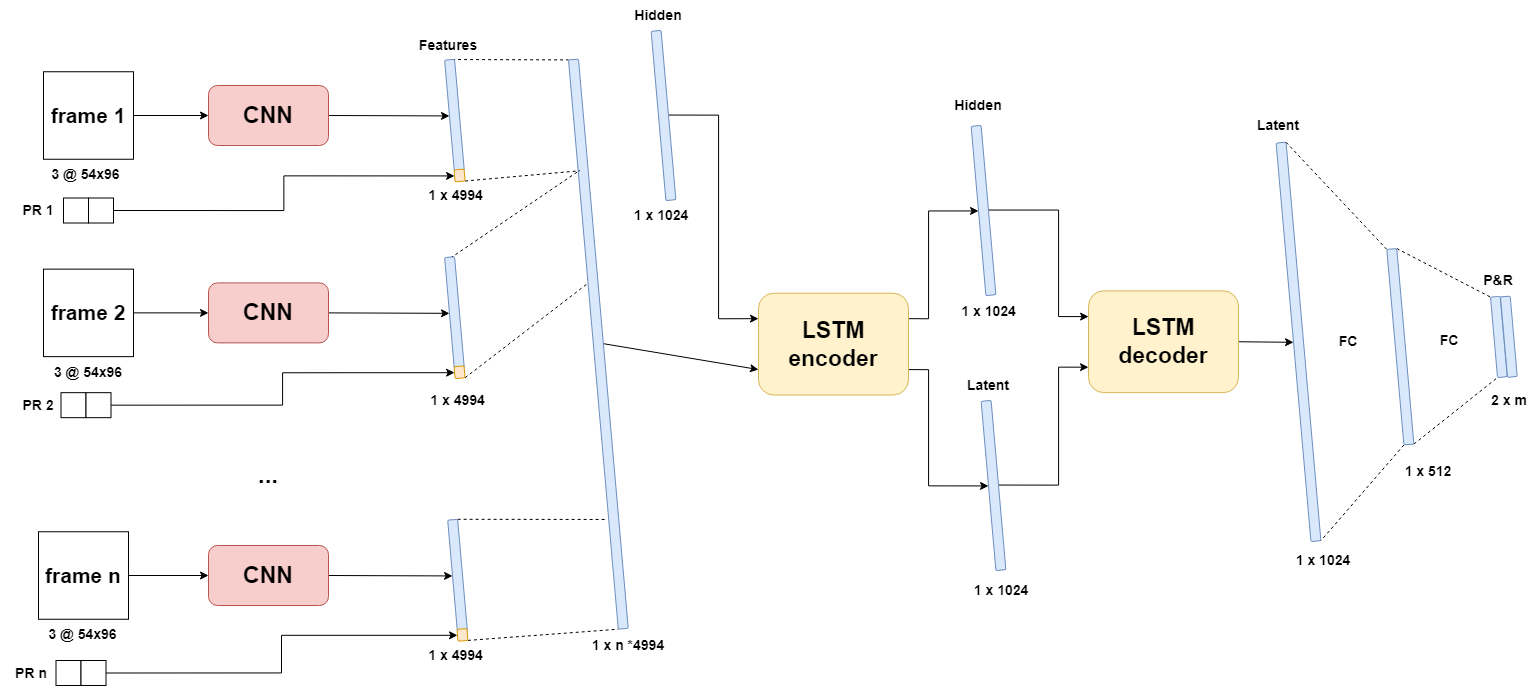
Above: docs/Images/architectures/CNN_LSTM_img-PR.drawio.png in lancedw/3D-state-prediction-for-surface-vessels-using-IMU-data-and-images (draw.io), before the change. Source tidied: cells renumbered, new cells last; positions are measured from the earlier drawing's top-left corner, leaving out a move shared by most shapes.
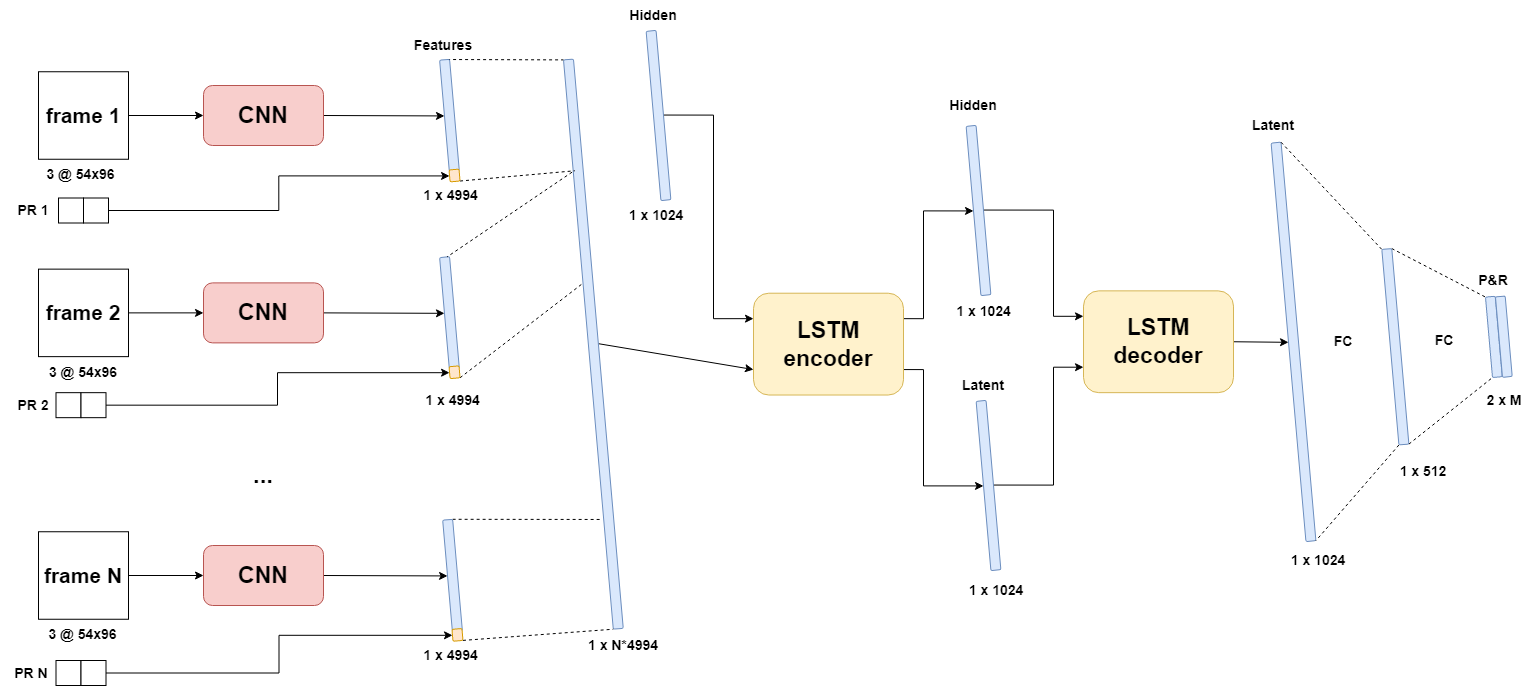
The same file after the commit.

The edit, as a diff of the source:
```diff
@@ -47,13 +47,13 @@
     <mxCell id="16" value="&lt;span style=&quot;font-size: 14px;&quot;&gt;&lt;font style=&quot;font-size: 14px;&quot;&gt;P&amp;amp;R&lt;/font&gt;&lt;/span&gt;" style="text;html=1;strokeColor=none;fillColor=none;align=center;verticalAlign=middle;whiteSpace=wrap;rounded=0;fontStyle=1;fontSize=14;" parent="1" vertex="1">
       <mxGeometry x="1468.4" y="265" width="60" height="30" as="geometry" />
     </mxCell>
-    <mxCell id="17" value="&lt;span style=&quot;font-size: 14px;&quot;&gt;&lt;font style=&quot;font-size: 14px;&quot;&gt;2 x m&lt;/font&gt;&lt;/span&gt;" style="text;html=1;strokeColor=none;fillColor=none;align=center;verticalAlign=middle;whiteSpace=wrap;rounded=0;fontStyle=1;fontSize=14;" parent="1" vertex="1">
+    <mxCell id="17" value="&lt;span style=&quot;font-size: 14px;&quot;&gt;&lt;font style=&quot;font-size: 14px;&quot;&gt;2 x M&lt;/font&gt;&lt;/span&gt;" style="text;html=1;strokeColor=none;fillColor=none;align=center;verticalAlign=middle;whiteSpace=wrap;rounded=0;fontStyle=1;fontSize=14;" parent="1" vertex="1">
       <mxGeometry x="1478.7" y="385" width="60" height="30" as="geometry" />
     </mxCell>
     <mxCell id="18" value="Features" style="text;html=1;strokeColor=none;fillColor=none;align=center;verticalAlign=middle;whiteSpace=wrap;rounded=0;fontStyle=1;fontSize=14;" parent="1" vertex="1">
       <mxGeometry x="418" y="30" width="60" height="30" as="geometry" />
     </mxCell>
-    <mxCell id="19" value="&lt;font style=&quot;font-size: 14px;&quot;&gt;1 x n *4994&lt;/font&gt;" style="text;html=1;strokeColor=none;fillColor=none;align=center;verticalAlign=middle;whiteSpace=wrap;rounded=0;fontStyle=1;fontSize=14;" parent="1" vertex="1">
+    <mxCell id="19" value="&lt;font style=&quot;font-size: 14px;&quot;&gt;1 x N*4994&lt;/font&gt;" style="text;html=1;strokeColor=none;fillColor=none;align=center;verticalAlign=middle;whiteSpace=wrap;rounded=0;fontStyle=1;fontSize=14;" parent="1" vertex="1">
       <mxGeometry x="588" y="630" width="80" height="30" as="geometry" />
     </mxCell>
     <mxCell id="20" style="edgeStyle=none;shape=connector;rounded=0;jettySize=auto;html=1;exitX=1;exitY=0.5;exitDx=0;exitDy=0;entryX=0.5;entryY=1;entryDx=0;entryDy=0;labelBackgroundColor=default;fontFamily=Helvetica;fontSize=14;fontColor=default;endArrow=classic;endFill=1;strokeColor=default;fontStyle=1;" parent="1" edge="1" source="21" target="29">
@@ -170,8 +170,8 @@
     <mxCell id="50" style="edgeStyle=orthogonalEdgeStyle;shape=connector;rounded=0;jettySize=auto;html=1;exitX=1;exitY=0.5;exitDx=0;exitDy=0;entryX=0;entryY=0.5;entryDx=0;entryDy=0;labelBackgroundColor=default;fontFamily=Helvetica;fontSize=14;fontColor=default;endArrow=classic;endFill=1;strokeColor=default;fontStyle=1;" parent="1" edge="1" source="51" target="25">
       <mxGeometry relative="1" as="geometry" />
     </mxCell>
-    <mxCell id="51" value="frame n" style="rounded=0;whiteSpace=wrap;html=1;fontFamily=Helvetica;fontSize=21;fontColor=default;fontStyle=1;" parent="1" vertex="1">
-      <mxGeometry x="38" y="531.2" width="90" height="87.5" as="geometry" />
+    <mxCell id="51" value="frame N" style="rounded=0;whiteSpace=wrap;html=1;fontFamily=Helvetica;fontSize=21;fontColor=default;fontStyle=1;" parent="1" vertex="1">
+      <mxGeometry x="43" y="531.2" width="90" height="87.5" as="geometry" />
     </mxCell>
     <mxCell id="52" style="edgeStyle=orthogonalEdgeStyle;shape=connector;rounded=0;jettySize=auto;html=1;exitX=0.5;exitY=0;exitDx=0;exitDy=0;entryX=0;entryY=0.75;entryDx=0;entryDy=0;labelBackgroundColor=default;fontFamily=Helvetica;fontSize=14;fontColor=default;endArrow=classic;endFill=1;strokeColor=default;fontStyle=1;" parent="1" edge="1" source="53" target="41">
       <mxGeometry relative="1" as="geometry">
@@ -188,7 +188,7 @@
       <mxGeometry x="43" y="158.8" width="85" height="31.2" as="geometry" />
     </mxCell>
     <mxCell id="55" value="&lt;font style=&quot;font-size: 14px;&quot;&gt;3 @ 54x96&lt;/font&gt;" style="text;html=1;strokeColor=none;fillColor=none;align=center;verticalAlign=middle;whiteSpace=wrap;rounded=0;fontStyle=1;fontSize=14;" parent="1" vertex="1">
-      <mxGeometry x="35.5" y="618.8" width="92.5" height="31.2" as="geometry" />
+      <mxGeometry x="40.5" y="618.8" width="92.5" height="31.2" as="geometry" />
     </mxCell>
     <mxCell id="56" value="&lt;font style=&quot;font-size: 14px;&quot;&gt;3 @ 54x96&lt;/font&gt;" style="text;html=1;strokeColor=none;fillColor=none;align=center;verticalAlign=middle;whiteSpace=wrap;rounded=0;fontStyle=1;fontSize=14;" parent="1" vertex="1">
       <mxGeometry x="43" y="356.1" width="90" height="31.2" as="geometry" />
@@ -233,13 +233,13 @@
       <mxGeometry x="88" y="197.5" width="25" height="25" as="geometry" />
     </mxCell>
     <mxCell id="70" style="rounded=0;whiteSpace=wrap;html=1;" parent="1" vertex="1">
-      <mxGeometry x="55.5" y="660" width="25" height="25" as="geometry" />
+      <mxGeometry x="60.5" y="660" width="25" height="25" as="geometry" />
     </mxCell>
     <mxCell id="71" style="edgeStyle=orthogonalEdgeStyle;rounded=0;jettySize=auto;html=1;exitX=1;exitY=0.5;exitDx=0;exitDy=0;entryX=0.5;entryY=1;entryDx=0;entryDy=0;" parent="1" edge="1" source="72" target="78">
       <mxGeometry relative="1" as="geometry" />
     </mxCell>
     <mxCell id="72" style="rounded=0;whiteSpace=wrap;html=1;" parent="1" vertex="1">
-      <mxGeometry x="80.5" y="660" width="25" height="25" as="geometry" />
+      <mxGeometry x="85.5" y="660" width="25" height="25" as="geometry" />
     </mxCell>
     <mxCell id="73" style="rounded=0;whiteSpace=wrap;html=1;" parent="1" vertex="1">
       <mxGeometry x="60.5" y="392.2" width="25" height="25" as="geometry" />
@@ -262,8 +262,8 @@
     <mxCell id="79" value="&lt;b&gt;&lt;font style=&quot;font-size: 14px;&quot;&gt;PR 1&lt;/font&gt;&lt;/b&gt;" style="text;html=1;strokeColor=none;fillColor=none;align=center;verticalAlign=middle;whiteSpace=wrap;rounded=0;" parent="1" vertex="1">
       <mxGeometry x="8" y="195" width="60" height="30" as="geometry" />
     </mxCell>
-    <mxCell id="80" value="&lt;b&gt;&lt;font style=&quot;font-size: 14px;&quot;&gt;PR n&lt;/font&gt;&lt;/b&gt;" style="text;html=1;strokeColor=none;fillColor=none;align=center;verticalAlign=middle;whiteSpace=wrap;rounded=0;" parent="1" vertex="1">
-      <mxGeometry x="0.5" y="657.5" width="60" height="30" as="geometry" />
+    <mxCell id="80" value="&lt;b&gt;&lt;font style=&quot;font-size: 14px;&quot;&gt;PR N&lt;/font&gt;&lt;/b&gt;" style="text;html=1;strokeColor=none;fillColor=none;align=center;verticalAlign=middle;whiteSpace=wrap;rounded=0;" parent="1" vertex="1">
+      <mxGeometry x="5.5" y="657.5" width="60" height="30" as="geometry" />
     </mxCell>
     <mxCell id="81" value="&lt;b&gt;&lt;font style=&quot;font-size: 14px;&quot;&gt;PR 2&lt;/font&gt;&lt;/b&gt;" style="text;html=1;strokeColor=none;fillColor=none;align=center;verticalAlign=middle;whiteSpace=wrap;rounded=0;" parent="1" vertex="1">
       <mxGeometry x="8" y="390" width="60" height="30" as="geometry" />
```
